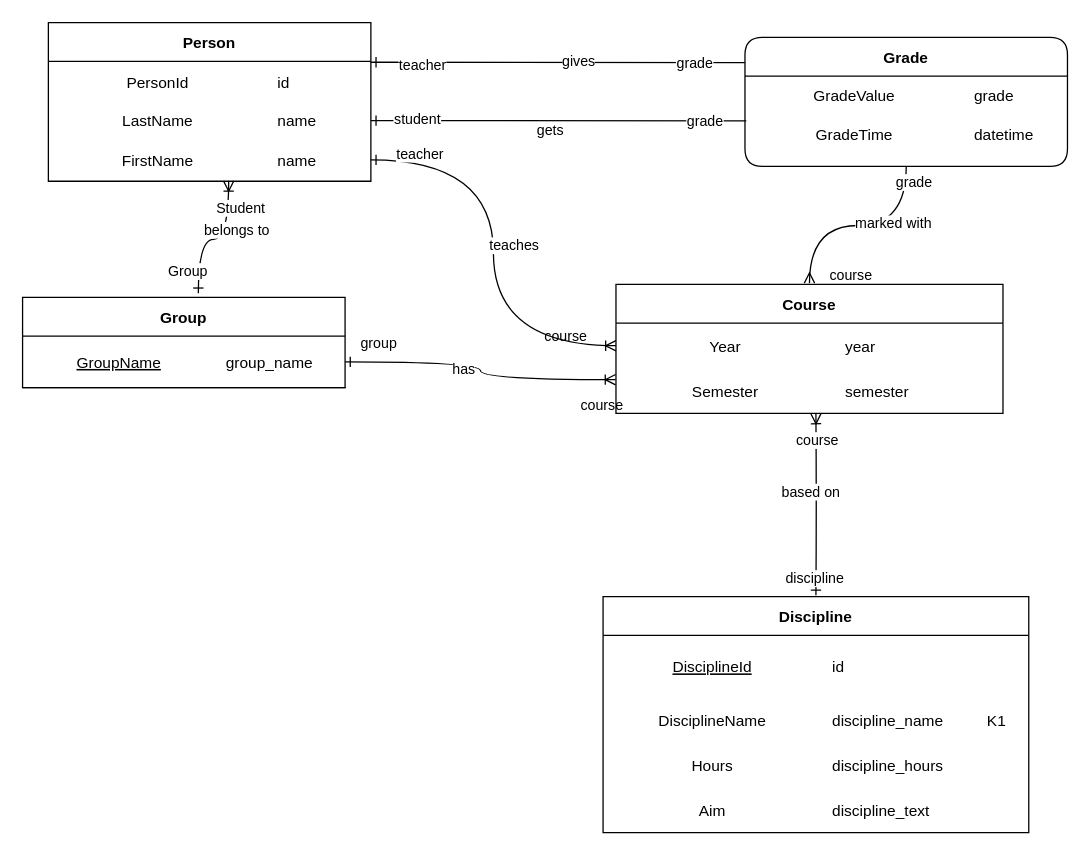
This is university_PDM_2.drawio from agatiks/generation, a draw.io file, before an edit. Source tidied: cells renumbered, new cells numbered last; positions are measured from the earlier drawing's top-left corner, leaving out a move shared by most shapes. Both pictures are drawn from the tidied source at 129%, with x=0, y=0 at pixel (22, 22).
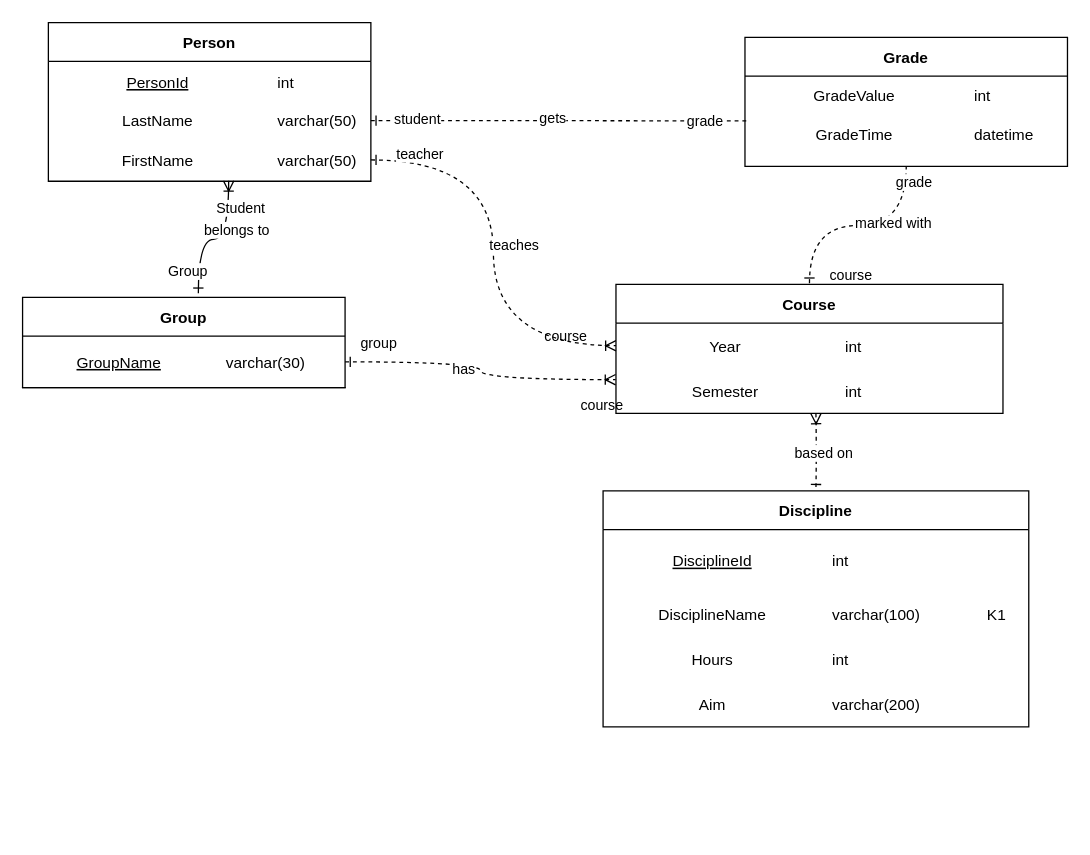
After the change.

The change refers to these unchanged cells:
```xml
<mxCell id="10" value="Person" style="shape=table;startSize=30;childLayout=tableLayout;rowLines=0;fontStyle=1;align=center;columnLines=0;" parent="1" vertex="1">
  <mxGeometry x="20" width="250" height="123" as="geometry" />
</mxCell>
<mxCell id="11" style="shape=partialRectangle;fillColor=none;top=0;left=0;right=0;bottom=0;" parent="10" vertex="1">
  <mxGeometry y="30" width="250" height="32" as="geometry" />
</mxCell>
<mxCell id="14" style="shape=partialRectangle;fillColor=none;points=[[0,0.5],[1,0.5]];portConstraint=eastwest;top=0;left=0;right=0;bottom=0;" parent="10" vertex="1">
  <mxGeometry y="62" width="250" height="28" as="geometry" />
</mxCell>
<mxCell id="17" style="shape=partialRectangle;fillColor=none;points=[[0,0.5],[1,0.5]];portConstraint=eastwest;top=0;left=0;right=0;bottom=0;" parent="10" vertex="1">
  <mxGeometry y="90" width="250" height="33" as="geometry" />
</mxCell>
<mxCell id="25" style="shape=partialRectangle;fillColor=none;top=0;left=0;right=0;bottom=0;strokeColor=inherit;" parent="24" vertex="1">
  <mxGeometry y="30" width="330" height="48" as="geometry" />
</mxCell>
<mxCell id="29" style="shape=partialRectangle;fillColor=none;top=0;left=0;right=0;bottom=0;" parent="24" vertex="1">
  <mxGeometry y="78" width="330" height="35" as="geometry" />
</mxCell>
<mxCell id="33" style="shape=partialRectangle;fillColor=none;top=0;left=0;right=0;bottom=0;" parent="24" vertex="1">
  <mxGeometry y="113" width="330" height="35" as="geometry" />
</mxCell>
<mxCell id="37" style="shape=partialRectangle;fillColor=none;top=0;left=0;right=0;bottom=0;" parent="24" vertex="1">
  <mxGeometry y="148" width="330" height="35" as="geometry" />
</mxCell>
<mxCell id="42" style="shape=partialRectangle;fillColor=none;points=[[0,0.5],[1,0.5]];portConstraint=eastwest;top=0;left=0;right=0;bottom=1;" parent="41" vertex="1">
  <mxGeometry y="30" width="250" height="40" as="geometry" />
</mxCell>
<mxCell id="54" style="shape=partialRectangle;fillColor=none;points=[[0,0.5],[1,0.5]];portConstraint=eastwest;top=0;left=0;right=0;bottom=0;" parent="53" vertex="1">
  <mxGeometry y="30" width="250" height="30" as="geometry" />
</mxCell>
<mxCell id="57" style="shape=partialRectangle;fillColor=none;points=[[0,0.5],[1,0.5]];portConstraint=eastwest;top=0;left=0;right=0;bottom=0;" parent="53" vertex="1">
  <mxGeometry y="60" width="250" height="30" as="geometry" />
</mxCell>
<mxCell id="68" value="Course" style="shape=table;startSize=30;childLayout=tableLayout;rowLines=0;fontStyle=1;align=center;strokeColor=default;perimeterSpacing=1;strokeWidth=1;swimlaneLine=1;columnLines=0;rounded=0;" parent="1" vertex="1">
  <mxGeometry x="460" y="203" width="300" height="100" as="geometry" />
</mxCell>
<mxCell id="69" style="shape=partialRectangle;fillColor=none;points=[[0,0.5],[1,0.5]];portConstraint=eastwest;top=0;left=0;right=0;bottom=0;" parent="68" vertex="1">
  <mxGeometry y="30" width="300" height="35" as="geometry" />
</mxCell>
<mxCell id="73" style="shape=partialRectangle;fillColor=none;points=[[0,0.5],[1,0.5]];portConstraint=eastwest;top=0;left=0;right=0;bottom=0;" parent="68" vertex="1">
  <mxGeometry y="65" width="300" height="35" as="geometry" />
</mxCell>
```

The edit, as a diff of the source:
```diff
@@
-    <mxCell id="6" style="edgeStyle=orthogonalEdgeStyle;curved=1;rounded=0;jettySize=auto;html=1;exitX=1;exitY=0.25;exitDx=0;exitDy=0;endArrow=none;endFill=0;startArrow=ERone;startFill=0;" parent="1" edge="1" source="10">
-      <mxGeometry relative="1" as="geometry">
-        <mxPoint x="560" y="31" as="targetPoint" />
-      </mxGeometry>
-    </mxCell>
-    <mxCell id="7" value="teacher" style="edgeLabel;html=1;align=center;verticalAlign=middle;" parent="6" vertex="1">
-      <mxGeometry x="-0.58" y="-16" relative="1" as="geometry">
-        <mxPoint x="-21" y="-14" as="offset" />
-      </mxGeometry>
-    </mxCell>
-    <mxCell id="8" value="gives" style="edgeLabel;html=1;align=center;verticalAlign=middle;" parent="6" vertex="1">
-      <mxGeometry x="0.11" y="-2" relative="1" as="geometry">
-        <mxPoint y="-4" as="offset" />
-      </mxGeometry>
-    </mxCell>
-    <mxCell id="9" value="grade" style="edgeLabel;html=1;align=center;verticalAlign=middle;" parent="6" vertex="1">
-      <mxGeometry x="0.85" relative="1" as="geometry">
-        <mxPoint x="-18" as="offset" />
-      </mxGeometry>
-    </mxCell>
@@
-    <mxCell id="12" value="PersonId" style="shape=partialRectangle;overflow=hidden;fillColor=none;top=0;left=0;bottom=0;right=0;" parent="11" vertex="1">
+    <mxCell id="12" value="PersonId" style="shape=partialRectangle;overflow=hidden;fillColor=none;top=0;left=0;bottom=0;right=0;fontStyle=4;" parent="11" vertex="1">
       <mxGeometry width="170" height="32" as="geometry" />
     </mxCell>
-    <mxCell id="13" value="id" style="shape=partialRectangle;overflow=hidden;fillColor=none;top=0;left=0;bottom=0;right=0;align=left;spacingLeft=6;" parent="11" vertex="1">
+    <mxCell id="13" value="int" style="shape=partialRectangle;overflow=hidden;fillColor=none;top=0;left=0;bottom=0;right=0;align=left;spacingLeft=6;" parent="11" vertex="1">
       <mxGeometry x="170" width="80" height="32" as="geometry" />
     </mxCell>
@@
-    <mxCell id="16" value="name" style="shape=partialRectangle;overflow=hidden;fillColor=none;top=0;left=0;bottom=0;right=0;align=left;spacingLeft=6;" parent="14" vertex="1">
+    <mxCell id="16" value="varchar(50)" style="shape=partialRectangle;overflow=hidden;fillColor=none;top=0;left=0;bottom=0;right=0;align=left;spacingLeft=6;" parent="14" vertex="1">
       <mxGeometry x="170" width="80" height="28" as="geometry" />
     </mxCell>
@@
-    <mxCell id="19" value="name" style="shape=partialRectangle;overflow=hidden;fillColor=none;top=0;left=0;bottom=0;right=0;align=left;spacingLeft=6;" parent="17" vertex="1">
+    <mxCell id="19" value="varchar(50)" style="shape=partialRectangle;overflow=hidden;fillColor=none;top=0;left=0;bottom=0;right=0;align=left;spacingLeft=6;" parent="17" vertex="1">
       <mxGeometry x="170" width="80" height="33" as="geometry" />
     </mxCell>
-    <mxCell id="20" style="edgeStyle=orthogonalEdgeStyle;curved=1;rounded=0;jettySize=auto;html=1;exitX=0.5;exitY=0;exitDx=0;exitDy=0;endArrow=none;endFill=0;startArrow=ERmany;startFill=0;" parent="1" edge="1" source="68" target="53">
+    <mxCell id="20" style="edgeStyle=orthogonalEdgeStyle;curved=1;rounded=0;jettySize=auto;html=1;exitX=0.5;exitY=0;exitDx=0;exitDy=0;endArrow=none;endFill=0;startArrow=ERone;startFill=0;dashed=1;" parent="1" edge="1" source="68" target="53">
       <mxGeometry relative="1" as="geometry" />
     </mxCell>
@@
     <mxCell id="24" value="Discipline" style="shape=table;startSize=30;childLayout=tableLayout;rowLines=0;fontStyle=1;align=center;strokeColor=default;perimeterSpacing=1;strokeWidth=1;swimlaneLine=1;columnLines=0;rounded=0;" parent="1" vertex="1">
-      <mxGeometry x="450" y="445" width="330" height="183" as="geometry" />
+      <mxGeometry x="450" y="363" width="330" height="183" as="geometry" />
     </mxCell>
@@
-    <mxCell id="27" value="id" style="shape=partialRectangle;overflow=hidden;fillColor=none;top=0;left=0;bottom=0;right=0;align=left;spacingLeft=6;fontStyle=0;strokeColor=inherit;" parent="25" vertex="1">
+    <mxCell id="27" value="int" style="shape=partialRectangle;overflow=hidden;fillColor=none;top=0;left=0;bottom=0;right=0;align=left;spacingLeft=6;fontStyle=0;strokeColor=inherit;" parent="25" vertex="1">
       <mxGeometry x="170" width="120" height="48" as="geometry" />
     </mxCell>
@@
-    <mxCell id="31" value="discipline_name" style="shape=partialRectangle;overflow=hidden;fillColor=none;top=0;left=0;bottom=0;right=0;align=left;spacingLeft=6;perimeterSpacing=4;strokeColor=default;strokeWidth=0;" parent="29" vertex="1">
+    <mxCell id="31" value="varchar(100)" style="shape=partialRectangle;overflow=hidden;fillColor=none;top=0;left=0;bottom=0;right=0;align=left;spacingLeft=6;perimeterSpacing=4;strokeColor=default;strokeWidth=0;" parent="29" vertex="1">
       <mxGeometry x="170" width="120" height="35" as="geometry" />
     </mxCell>
@@
-    <mxCell id="35" value="discipline_hours" style="shape=partialRectangle;overflow=hidden;fillColor=none;top=0;left=0;bottom=0;right=0;align=left;spacingLeft=6;perimeterSpacing=4;strokeColor=default;strokeWidth=0;" parent="33" vertex="1">
+    <mxCell id="35" value="int" style="shape=partialRectangle;overflow=hidden;fillColor=none;top=0;left=0;bottom=0;right=0;align=left;spacingLeft=6;perimeterSpacing=4;strokeColor=default;strokeWidth=0;" parent="33" vertex="1">
       <mxGeometry x="170" width="120" height="35" as="geometry" />
     </mxCell>
@@
-    <mxCell id="39" value="discipline_text" style="shape=partialRectangle;overflow=hidden;fillColor=none;top=0;left=0;bottom=0;right=0;align=left;spacingLeft=6;perimeterSpacing=4;strokeColor=default;strokeWidth=0;" parent="37" vertex="1">
+    <mxCell id="39" value="varchar(200)" style="shape=partialRectangle;overflow=hidden;fillColor=none;top=0;left=0;bottom=0;right=0;align=left;spacingLeft=6;perimeterSpacing=4;strokeColor=default;strokeWidth=0;" parent="37" vertex="1">
       <mxGeometry x="170" width="120" height="35" as="geometry" />
     </mxCell>
@@
-    <mxCell id="44" value="group_name" style="shape=partialRectangle;overflow=hidden;fillColor=none;top=0;left=0;bottom=0;right=0;align=left;spacingLeft=6;fontStyle=0;" parent="42" vertex="1">
+    <mxCell id="44" value="varchar(30)" style="shape=partialRectangle;overflow=hidden;fillColor=none;top=0;left=0;bottom=0;right=0;align=left;spacingLeft=6;fontStyle=0;" parent="42" vertex="1">
       <mxGeometry x="150" width="100" height="40" as="geometry" />
     </mxCell>
-    <mxCell id="45" style="edgeStyle=orthogonalEdgeStyle;rounded=0;jettySize=auto;html=1;exitX=1;exitY=0.5;exitDx=0;exitDy=0;endArrow=ERoneToMany;endFill=0;curved=1;startArrow=ERone;startFill=0;entryX=-0.001;entryY=0.252;entryDx=0;entryDy=0;entryPerimeter=0;" parent="1" edge="1" source="42" target="73">
+    <mxCell id="45" style="edgeStyle=orthogonalEdgeStyle;rounded=0;jettySize=auto;html=1;exitX=1;exitY=0.5;exitDx=0;exitDy=0;endArrow=ERoneToMany;endFill=0;curved=1;startArrow=ERone;startFill=0;entryX=-0.001;entryY=0.252;entryDx=0;entryDy=0;entryPerimeter=0;dashed=1;" parent="1" edge="1" source="42" target="73">
       <mxGeometry relative="1" as="geometry" />
     </mxCell>
@@
-    <mxCell id="49" style="edgeStyle=orthogonalEdgeStyle;curved=1;rounded=0;jettySize=auto;html=1;exitX=1;exitY=0.5;exitDx=0;exitDy=0;endArrow=ERoneToMany;endFill=0;startArrow=ERone;startFill=0;entryX=0;entryY=0.5;entryDx=0;entryDy=0;" parent="1" edge="1" source="17" target="69">
+    <mxCell id="49" style="edgeStyle=orthogonalEdgeStyle;curved=1;rounded=0;jettySize=auto;html=1;exitX=1;exitY=0.5;exitDx=0;exitDy=0;endArrow=ERoneToMany;endFill=0;startArrow=ERone;startFill=0;entryX=0;entryY=0.5;entryDx=0;entryDy=0;dashed=1;" parent="1" edge="1" source="17" target="69">
       <mxGeometry relative="1" as="geometry" />
     </mxCell>
@@
-    <mxCell id="53" value="Grade" style="shape=table;startSize=30;childLayout=tableLayout;rowLines=0;fontStyle=1;align=center;rounded=1;columnLines=0;" parent="1" vertex="1">
+    <mxCell id="53" value="Grade" style="shape=table;startSize=30;childLayout=tableLayout;rowLines=0;fontStyle=1;align=center;rounded=0;columnLines=0;" parent="1" vertex="1">
       <mxGeometry x="560" y="11.5" width="250" height="100" as="geometry" />
     </mxCell>
@@
-    <mxCell id="56" value="grade" style="shape=partialRectangle;overflow=hidden;fillColor=none;top=0;left=0;bottom=0;right=0;align=left;spacingLeft=6;" parent="54" vertex="1">
+    <mxCell id="56" value="int" style="shape=partialRectangle;overflow=hidden;fillColor=none;top=0;left=0;bottom=0;right=0;align=left;spacingLeft=6;" parent="54" vertex="1">
       <mxGeometry x="170" width="80" height="30" as="geometry" />
     </mxCell>
@@
-    <mxCell id="64" style="edgeStyle=orthogonalEdgeStyle;curved=1;rounded=0;jettySize=auto;html=1;entryX=0.5;entryY=0;entryDx=0;entryDy=0;endArrow=ERone;endFill=0;startArrow=ERoneToMany;startFill=0;" parent="1" edge="1" target="24">
+    <mxCell id="64" style="edgeStyle=orthogonalEdgeStyle;curved=1;rounded=0;jettySize=auto;html=1;entryX=0.5;entryY=0;entryDx=0;entryDy=0;endArrow=ERone;endFill=0;startArrow=ERoneToMany;startFill=0;dashed=1;" parent="1" edge="1" target="24">
       <mxGeometry relative="1" as="geometry">
         <mxPoint x="615" y="303" as="sourcePoint" />
       </mxGeometry>
     </mxCell>
-    <mxCell id="65" value="сourse" style="edgeLabel;html=1;align=center;verticalAlign=middle;" parent="64" vertex="1">
-      <mxGeometry x="-0.85" relative="1" as="geometry">
-        <mxPoint y="10" as="offset" />
-      </mxGeometry>
-    </mxCell>
     <mxCell id="66" value="based on" style="edgeLabel;html=1;align=center;verticalAlign=middle;" parent="64" vertex="1">
       <mxGeometry x="0.32" y="-20" relative="1" as="geometry">
-        <mxPoint x="15" y="-32" as="offset" />
+        <mxPoint x="25" y="-8" as="offset" />
       </mxGeometry>
     </mxCell>
-    <mxCell id="67" value="discipline" style="edgeLabel;html=1;align=center;verticalAlign=middle;" parent="64" vertex="1">
-      <mxGeometry x="0.81" y="-2" relative="1" as="geometry" />
-    </mxCell>
@@
-    <mxCell id="71" value="year" style="shape=partialRectangle;overflow=hidden;fillColor=none;top=0;left=0;bottom=0;right=0;align=left;spacingLeft=6;perimeterSpacing=4;strokeColor=default;strokeWidth=0;" parent="69" vertex="1">
+    <mxCell id="71" value="int" style="shape=partialRectangle;overflow=hidden;fillColor=none;top=0;left=0;bottom=0;right=0;align=left;spacingLeft=6;perimeterSpacing=4;strokeColor=default;strokeWidth=0;" parent="69" vertex="1">
       <mxGeometry x="170" width="90" height="35" as="geometry" />
     </mxCell>
@@
-    <mxCell id="75" value="semester" style="shape=partialRectangle;overflow=hidden;fillColor=none;top=0;left=0;bottom=0;right=0;align=left;spacingLeft=6;perimeterSpacing=4;strokeColor=default;strokeWidth=0;" parent="73" vertex="1">
+    <mxCell id="75" value="int" style="shape=partialRectangle;overflow=hidden;fillColor=none;top=0;left=0;bottom=0;right=0;align=left;spacingLeft=6;perimeterSpacing=4;strokeColor=default;strokeWidth=0;" parent="73" vertex="1">
       <mxGeometry x="170" width="90" height="35" as="geometry" />
     </mxCell>
@@
-    <mxCell id="77" style="edgeStyle=orthogonalEdgeStyle;curved=1;rounded=0;jettySize=auto;html=1;exitX=1;exitY=0.5;exitDx=0;exitDy=0;entryX=0.004;entryY=0.158;entryDx=0;entryDy=0;entryPerimeter=0;endArrow=none;endFill=0;startArrow=ERone;startFill=0;" parent="1" edge="1" source="14" target="57">
+    <mxCell id="77" style="edgeStyle=orthogonalEdgeStyle;curved=1;rounded=0;jettySize=auto;html=1;exitX=1;exitY=0.5;exitDx=0;exitDy=0;entryX=0.004;entryY=0.158;entryDx=0;entryDy=0;entryPerimeter=0;endArrow=none;endFill=0;startArrow=ERone;startFill=0;dashed=1;" parent="1" edge="1" source="14" target="57">
       <mxGeometry relative="1" as="geometry" />
     </mxCell>
@@
     <mxCell id="79" value="gets" style="edgeLabel;html=1;align=center;verticalAlign=middle;" parent="77" vertex="1">
       <mxGeometry x="-0.09" y="14" relative="1" as="geometry">
-        <mxPoint x="6" y="21" as="offset" />
+        <mxPoint x="8" y="11" as="offset" />
       </mxGeometry>
     </mxCell>
```
